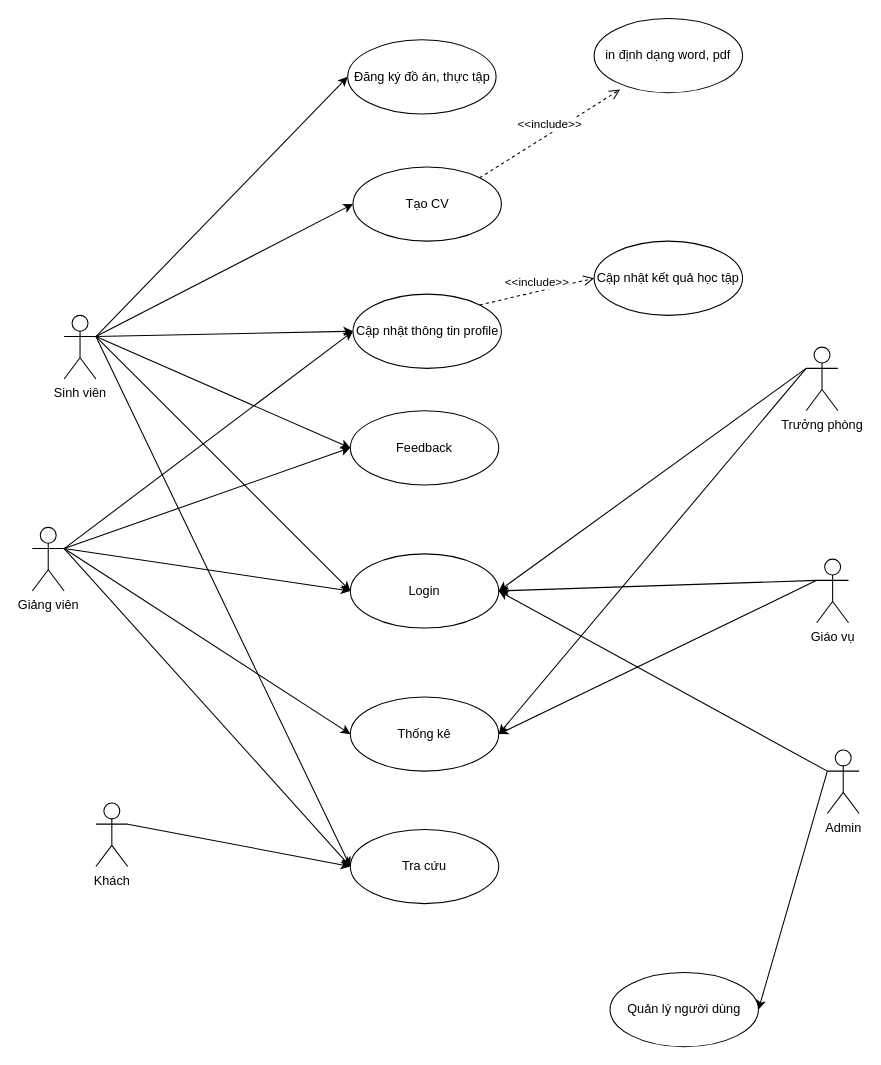
toroieno/HUST keeps this draw.io diagram as DA_II/drawio/usecase.drawio. Above is the earlier version. Source tidied: cells renumbered, new cells numbered last; positions are measured from the earlier drawing's top-left corner, leaving out a move shared by most shapes. Both pictures are drawn from the tidied source at 106%, with x=0, y=0 at pixel (32, 18).
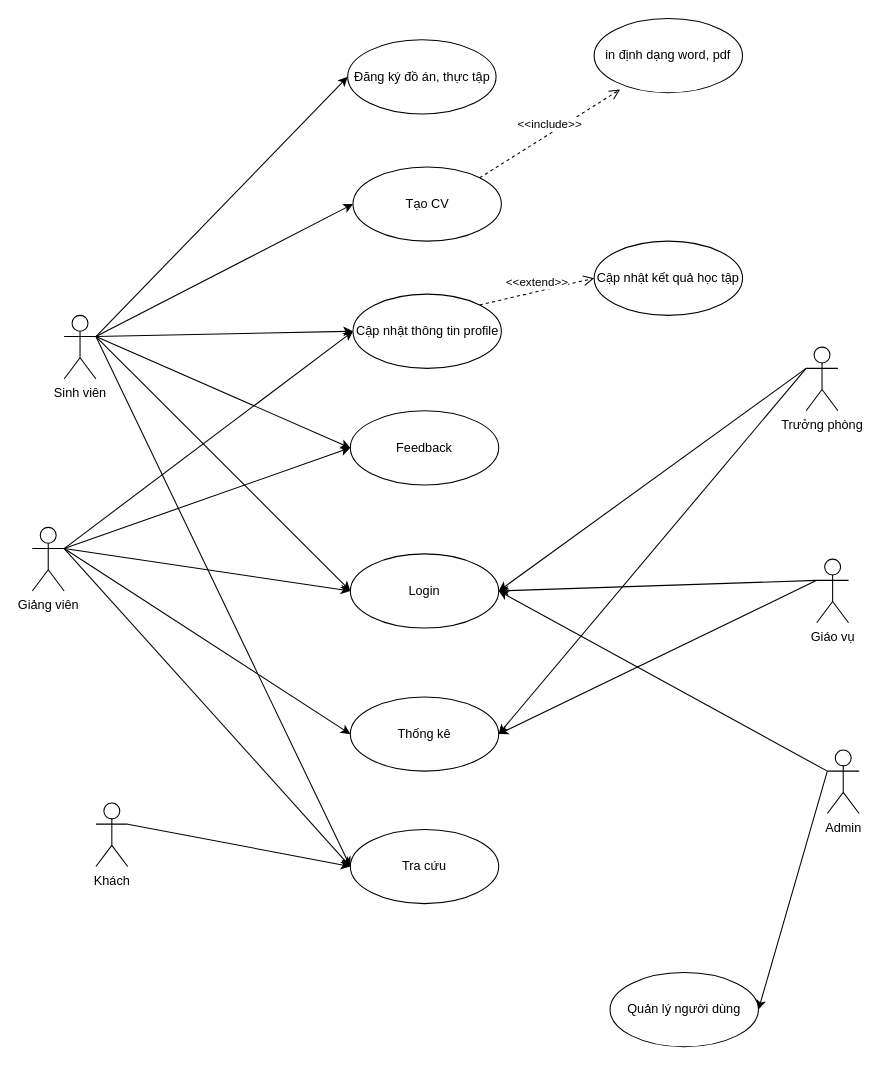
The same page after the edit.

The change refers to these unchanged cells:
```xml
<mxCell id="27" value="Cập nhật thông tin profile" style="ellipse;whiteSpace=wrap;html=1;" parent="1" vertex="1">
  <mxGeometry x="302.5" y="260" width="140" height="70" as="geometry" />
</mxCell>
<mxCell id="36" value="Cập nhật kết quả học tập" style="ellipse;whiteSpace=wrap;html=1;" parent="1" vertex="1">
  <mxGeometry x="530" y="210" width="140" height="70" as="geometry" />
</mxCell>
```

Diff of the diagram source:
```diff
@@
-    <mxCell id="35" value="&amp;lt;&amp;lt;include&amp;gt;&amp;gt;" style="html=1;verticalAlign=bottom;endArrow=open;dashed=1;endSize=8;exitX=1;exitY=0;exitDx=0;exitDy=0;entryX=0;entryY=0.5;entryDx=0;entryDy=0;" parent="1" edge="1" source="27" target="36">
+    <mxCell id="35" value="&amp;lt;&amp;lt;extend&amp;gt;&amp;gt;" style="html=1;verticalAlign=bottom;endArrow=open;dashed=1;endSize=8;exitX=1;exitY=0;exitDx=0;exitDy=0;entryX=0;entryY=0.5;entryDx=0;entryDy=0;" parent="1" edge="1" source="27" target="36">
       <mxGeometry relative="1" as="geometry" />
     </mxCell>
```
